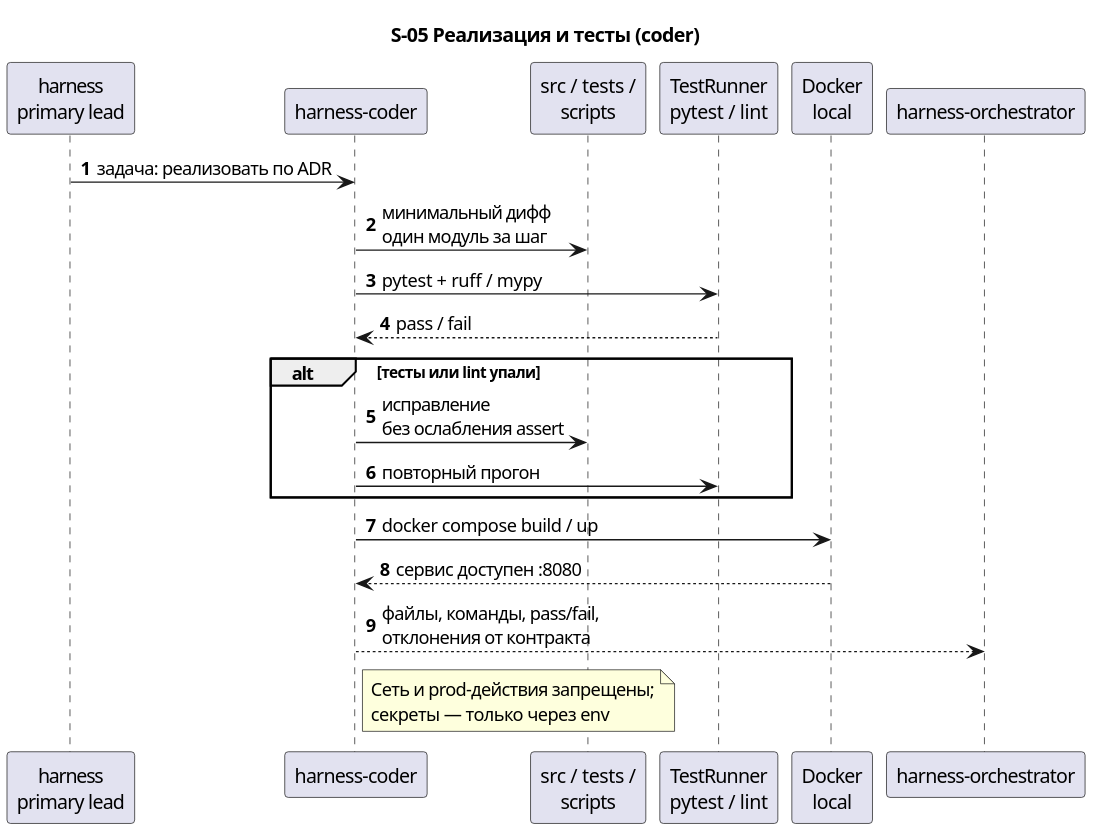
This is docs/description/diagrams/seq-05-coder.svg from serge-sasov/harness, a PlantUML export, as it was before one commit.
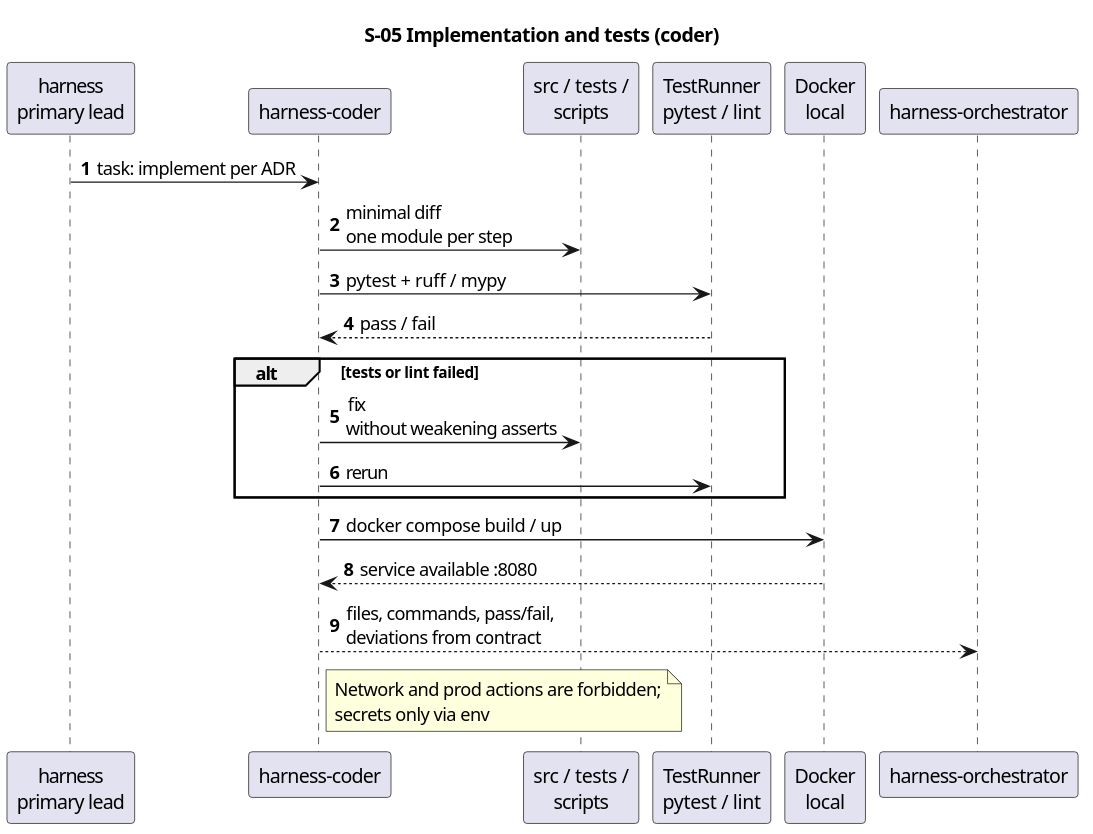
The same file after the commit.

The edit, as a diff of the source:
```diff
@@ -1,7 +1,7 @@
 @startuml
 autonumber
 skinparam defaultFontName Segoe UI
-title S-05 Реализация и тесты (coder)
+title S-05 Implementation and tests (coder)
 
 participant "harness\nprimary lead" as primary
 participant "harness-coder" as coder
@@ -10,19 +10,19 @@
 participant "Docker\nlocal" as docker
 participant "harness-orchestrator" as orch
 
-primary -> coder : задача: реализовать по ADR
-coder -> code : минимальный дифф\nодин модуль за шаг
+primary -> coder : task: implement per ADR
+coder -> code : minimal diff\none module per step
 coder -> tests : pytest + ruff / mypy
 tests --> coder : pass / fail
-alt тесты или lint упали
-  coder -> code : исправление\nбез ослабления assert
-  coder -> tests : повторный прогон
+alt tests or lint failed
+  coder -> code : fix\nwithout weakening asserts
+  coder -> tests : rerun
 end
 coder -> docker : docker compose build / up
-docker --> coder : сервис доступен :8080
-coder --> orch : файлы, команды, pass/fail,\nотклонения от контракта
+docker --> coder : service available :8080
+coder --> orch : files, commands, pass/fail,\ndeviations from contract
 note right of coder
-  Сеть и prod-действия запрещены;
-  секреты — только через env
+  Network and prod actions are forbidden;
+  secrets only via env
 end note
 @enduml
```
